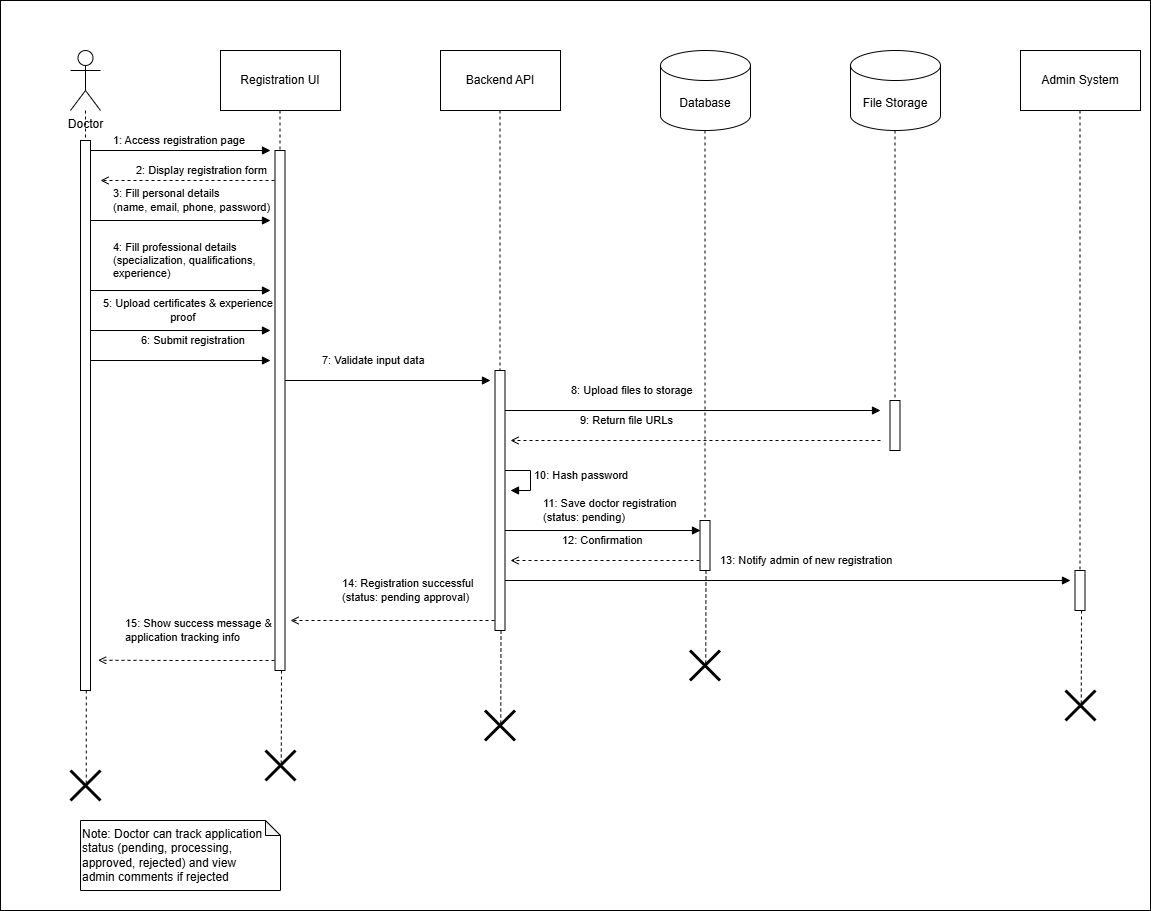
Above: InProgress/Sequence Diagram/Doctor/Registration/Doctor-Registration.png in shah541-g/Fyp-Diagrams (draw.io), before the change. Source tidied: cells renumbered, new cells last; positions are measured from the earlier drawing's top-left corner, leaving out a move shared by most shapes.
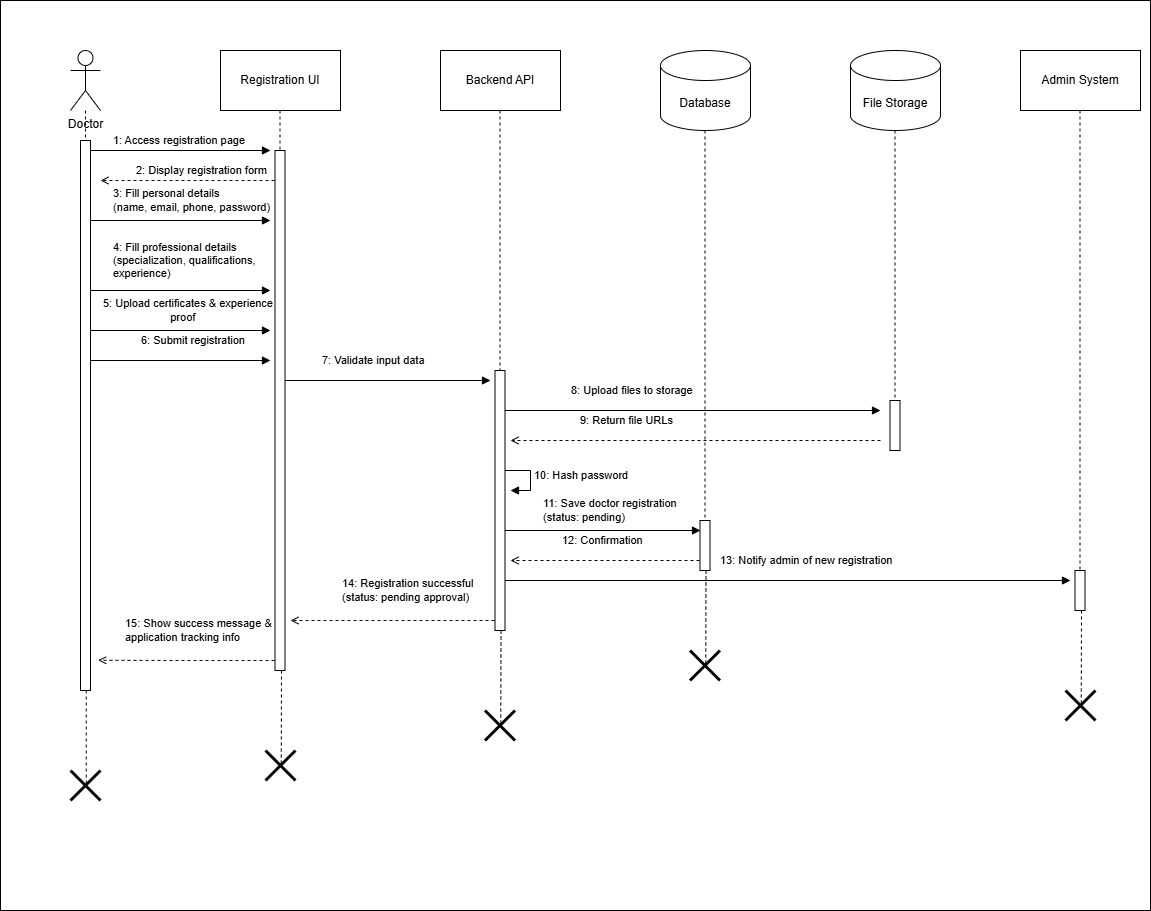
After the commit.

Change to the diagram source:
```diff
@@ -143,9 +143,6 @@
         <mxPoint x="280" y="660" as="sourcePoint" />
       </mxGeometry>
     </mxCell>
-    <mxCell id="30" value="Note: Doctor can track application&#10;status (pending, processing,&#10;approved, rejected) and view&#10;admin comments if rejected" style="shape=note;whiteSpace=wrap;html=1;backgroundOutline=1;darkOpacity=0.05;align=left;verticalAlign=top;size=15;" parent="1" vertex="1">
-      <mxGeometry x="80" y="820" width="200" height="70" as="geometry" />
-    </mxCell>
     <mxCell id="31" style="html=1;points=[[0,0,0,0,5],[0,1,0,0,-5],[1,0,0,0,5],[1,1,0,0,-5]];perimeter=orthogonalPerimeter;outlineConnect=0;targetShapes=umlLifeline;portConstraint=eastwest;newEdgeStyle={&quot;curved&quot;:0,&quot;rounded&quot;:0};" parent="1" vertex="1">
       <mxGeometry x="494.5" y="370" width="10" height="260" as="geometry" />
     </mxCell>
```
